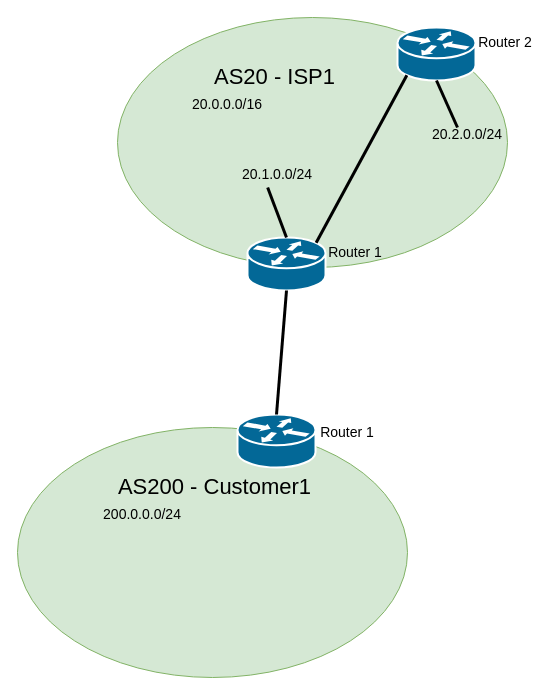
ThetaRangers/KatharaRPKI keeps this draw.io diagram as starting_topology.drawio. Above is the earlier version. Source tidied: cells renumbered, new cells numbered last; positions are measured from the earlier drawing's top-left corner, leaving out a move shared by most shapes. Both pictures are drawn from the tidied source at 100%, with x=0, y=0 at pixel (17, 17).
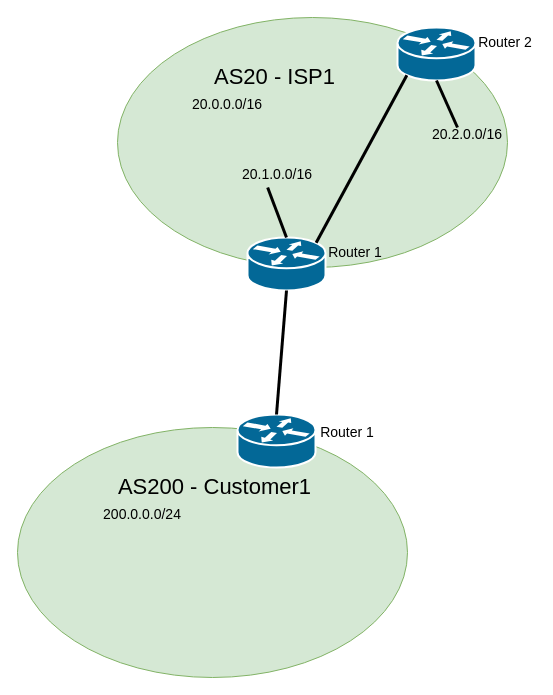
After the change.

The change refers to these unchanged cells:
```xml
<mxCell id="2" style="group;" parent="1" vertex="1">
  <mxGeometry x="100" width="390" height="273" as="geometry" />
</mxCell>
```

Change to the diagram source:
```diff
@@
-    <mxCell id="10" value="&lt;font style=&quot;font-size: 14px;&quot;&gt;20.1.0.0/24&lt;br&gt;&lt;/font&gt;" style="text;html=1;strokeColor=none;fillColor=none;align=center;verticalAlign=middle;whiteSpace=wrap;rounded=0;fontSize=22;" parent="2" vertex="1">
+    <mxCell id="10" value="&lt;font style=&quot;font-size: 14px;&quot;&gt;20.1.0.0/16&lt;br&gt;&lt;/font&gt;" style="text;html=1;strokeColor=none;fillColor=none;align=center;verticalAlign=middle;whiteSpace=wrap;rounded=0;fontSize=22;" parent="2" vertex="1">
       <mxGeometry x="130" y="140" width="60" height="30" as="geometry" />
     </mxCell>
-    <mxCell id="11" value="&lt;font style=&quot;font-size: 14px;&quot;&gt;20.2.0.0/24&lt;br&gt;&lt;/font&gt;" style="text;html=1;strokeColor=none;fillColor=none;align=center;verticalAlign=middle;whiteSpace=wrap;rounded=0;fontSize=22;" parent="2" vertex="1">
+    <mxCell id="11" value="&lt;font style=&quot;font-size: 14px;&quot;&gt;20.2.0.0/16&lt;br&gt;&lt;/font&gt;" style="text;html=1;strokeColor=none;fillColor=none;align=center;verticalAlign=middle;whiteSpace=wrap;rounded=0;fontSize=22;" parent="2" vertex="1">
       <mxGeometry x="320" y="100" width="60" height="30" as="geometry" />
     </mxCell>
```
